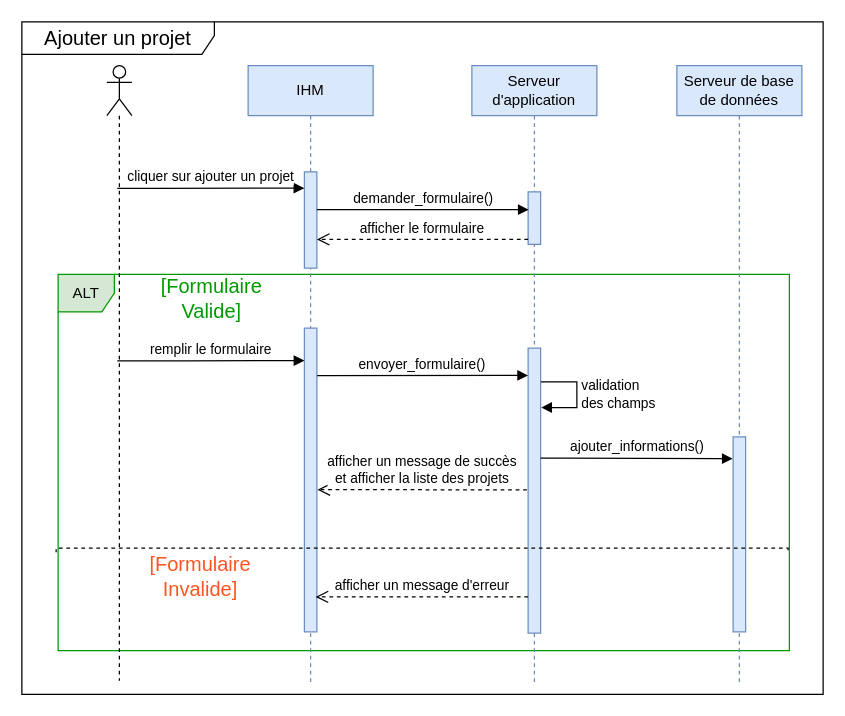
This is Diagramme de Sequence Gerer projets .drawio from ZidiMedAmine/UML, a draw.io file, before an edit. Source tidied: cells renumbered, new cells numbered last; positions are measured from the earlier drawing's top-left corner, leaving out a move shared by most shapes. Both pictures are drawn from the tidied source at 125%, with x=0, y=0 at pixel (21, 21).
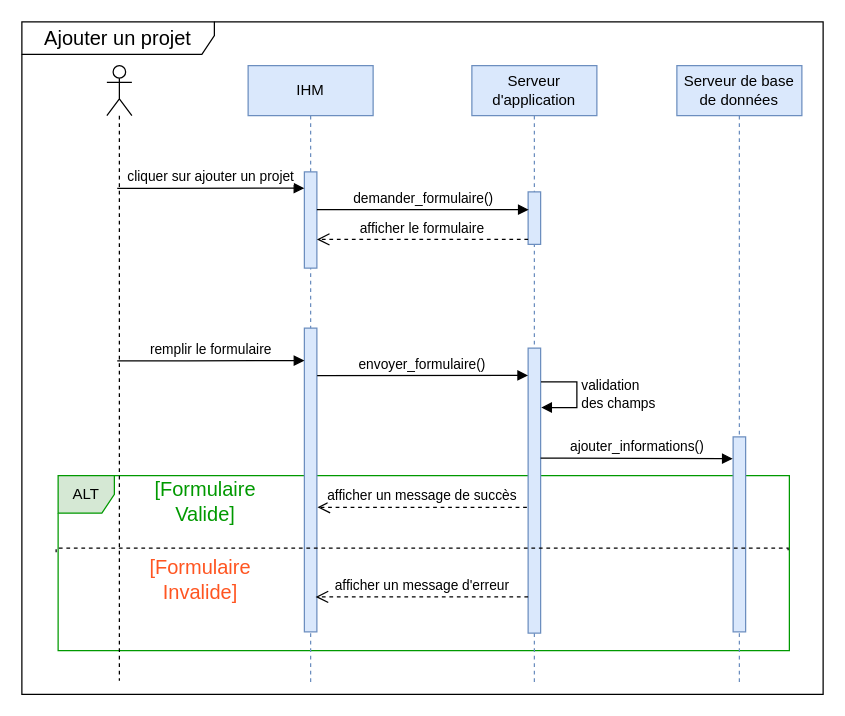
After the change.

The change refers to these unchanged cells:
```xml
<mxCell id="8" style="html=1;points=[];perimeter=orthogonalPerimeter;fillColor=#dae8fc;strokeColor=#6c8ebf;" parent="6" vertex="1">
  <mxGeometry x="45" y="210" width="10" height="243" as="geometry" />
</mxCell>
<mxCell id="14" style="html=1;points=[];perimeter=orthogonalPerimeter;fillColor=#dae8fc;strokeColor=#6c8ebf;" parent="12" vertex="1">
  <mxGeometry x="45" y="226" width="10" height="228" as="geometry" />
</mxCell>
```

The edit, as a diff of the source:
```diff
@@
+    <mxCell id="25" value="Ajouter un projet" style="shape=umlFrame;whiteSpace=wrap;html=1;fontSize=16;width=154;height=26;" parent="1" vertex="1">
+      <mxGeometry width="641" height="538" as="geometry" />
+    </mxCell>
     <mxCell id="2" style="group;" parent="1" vertex="1">
-      <mxGeometry x="29" y="202" width="585" height="301" as="geometry" />
+      <mxGeometry x="29" y="363" width="585" height="140" as="geometry" />
     </mxCell>
     <mxCell id="3" value="ALT" style="shape=umlFrame;whiteSpace=wrap;html=1;fillColor=#d5e8d4;strokeColor=#009900;width=45;height=30;" parent="2" vertex="1">
-      <mxGeometry width="585" height="301" as="geometry" />
+      <mxGeometry width="585" height="140" as="geometry" />
     </mxCell>
     <mxCell id="4" value="[Formulaire Valide]" style="text;html=1;strokeColor=none;fillColor=none;align=center;verticalAlign=middle;whiteSpace=wrap;rounded=0;fontSize=16;fontColor=#009900;" parent="2" vertex="1">
-      <mxGeometry x="93" y="6.1" width="60" height="26" as="geometry" />
+      <mxGeometry x="88" y="14.8" width="60" height="12.1" as="geometry" />
     </mxCell>
@@
-    <mxCell id="21" value="afficher un message de succès&lt;br&gt;et afficher la liste des projets" style="html=1;verticalAlign=bottom;endArrow=open;dashed=1;endSize=8;rounded=0;edgeStyle=orthogonalEdgeStyle;exitX=-0.099;exitY=0.497;exitDx=0;exitDy=0;exitPerimeter=0;entryX=1.048;entryY=0.532;entryDx=0;entryDy=0;entryPerimeter=0;" parent="1" edge="1" source="14" target="8">
-      <mxGeometry relative="1" as="geometry" />
+    <mxCell id="21" value="afficher un message de succès" style="html=1;verticalAlign=bottom;endArrow=open;dashed=1;endSize=8;rounded=0;edgeStyle=orthogonalEdgeStyle;exitX=-0.099;exitY=0.497;exitDx=0;exitDy=0;exitPerimeter=0;entryX=1.048;entryY=0.532;entryDx=0;entryDy=0;entryPerimeter=0;" parent="1" edge="1">
+      <mxGeometry relative="1" as="geometry">
+        <mxPoint x="404" y="388.3" as="sourcePoint" />
+        <mxPoint x="236.5" y="388.3" as="targetPoint" />
+      </mxGeometry>
     </mxCell>
@@
     <mxCell id="24" value="[Formulaire Invalide]" style="text;html=1;strokeColor=none;fillColor=none;align=center;verticalAlign=middle;whiteSpace=wrap;rounded=0;fontSize=16;fontColor=#FF5521;" parent="1" vertex="1">
-      <mxGeometry x="113" y="429" width="60" height="30" as="geometry" />
+      <mxGeometry x="113" y="431" width="60" height="30" as="geometry" />
     </mxCell>
-    <mxCell id="25" value="Ajouter un projet" style="shape=umlFrame;whiteSpace=wrap;html=1;fontSize=16;width=154;height=26;" parent="1" vertex="1">
-      <mxGeometry width="641" height="538" as="geometry" />
-    </mxCell>
```
